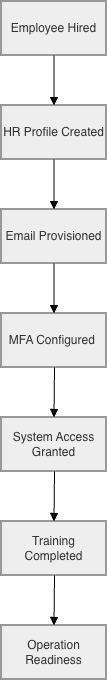
Before: docs/diagrams/onboarding-workflow.png, a diagram exported from draw.io (SLH879/TW-Portfolio). Source tidied: cells renumbered, new cells last; positions are measured from the earlier drawing's top-left corner, leaving out a move shared by most shapes.
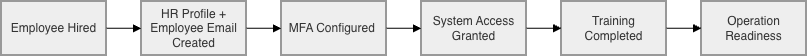
Later version of the same file.

The edit, as a diff of the source:
```diff
@@ -3,49 +3,52 @@
     <mxCell id="0" />
     <mxCell id="1" parent="0" />
     <mxCell id="2" value="Employee Hired" style="whiteSpace=wrap;strokeWidth=2;fillColor=light-dark(#eeeeee,#1f2020);strokeColor=light-dark(#999999,#cccccc);fontColor=light-dark(#333333,#cccccc);" parent="1" vertex="1">
-      <mxGeometry width="105" height="54" as="geometry" />
+      <mxGeometry x="-327" y="150" width="105" height="54" as="geometry" />
     </mxCell>
-    <mxCell id="3" value="HR Profile Created" style="whiteSpace=wrap;strokeWidth=2;fillColor=light-dark(#eeeeee,#1f2020);strokeColor=light-dark(#999999,#cccccc);fontColor=light-dark(#333333,#cccccc);" parent="1" vertex="1">
-      <mxGeometry y="104" width="105" height="54" as="geometry" />
+    <mxCell id="3" value="HR Profile + Employee Email Created" style="whiteSpace=wrap;strokeWidth=2;fillColor=light-dark(#eeeeee,#1f2020);strokeColor=light-dark(#999999,#cccccc);fontColor=light-dark(#333333,#cccccc);" parent="1" vertex="1">
+      <mxGeometry x="-187" y="150" width="105" height="54" as="geometry" />
     </mxCell>
-    <mxCell id="4" value="Email Provisioned" style="whiteSpace=wrap;strokeWidth=2;fillColor=light-dark(#eeeeee,#1f2020);strokeColor=light-dark(#999999,#cccccc);fontColor=light-dark(#333333,#cccccc);" parent="1" vertex="1">
-      <mxGeometry y="208" width="105" height="54" as="geometry" />
-    </mxCell>
     <mxCell id="5" value="MFA Configured " style="whiteSpace=wrap;strokeWidth=2;fillColor=light-dark(#eeeeee,#1f2020);strokeColor=light-dark(#999999,#cccccc);fontColor=light-dark(#333333,#cccccc);" parent="1" vertex="1">
-      <mxGeometry y="312" width="105" height="54" as="geometry" />
+      <mxGeometry x="-47" y="150" width="105" height="54" as="geometry" />
     </mxCell>
-    <mxCell id="6" style="curved=1;startArrow=none;endArrow=block;exitX=0.5;exitY=1;entryX=0.5;entryY=0;" parent="1" edge="1" source="2" target="3">
-      <mxGeometry relative="1" as="geometry" />
+    <mxCell id="6" style="curved=1;startArrow=none;endArrow=block;exitX=0.5;exitY=1;" parent="1" edge="1">
+      <mxGeometry relative="1" as="geometry">
+        <mxPoint x="-222" y="176.8" as="sourcePoint" />
+        <mxPoint x="-187" y="176.8" as="targetPoint" />
+      </mxGeometry>
     </mxCell>
-    <mxCell id="7" style="curved=1;startArrow=none;endArrow=block;exitX=0.5;exitY=1;entryX=0.5;entryY=0;" parent="1" edge="1" source="3" target="4">
-      <mxGeometry relative="1" as="geometry" />
-    </mxCell>
-    <mxCell id="8" style="curved=1;startArrow=none;endArrow=block;exitX=0.5;exitY=1;entryX=0.5;entryY=0;" parent="1" edge="1" source="4" target="5">
-      <mxGeometry relative="1" as="geometry" />
-    </mxCell>
     <mxCell id="9" value="System Access Granted" style="whiteSpace=wrap;strokeWidth=2;fillColor=light-dark(#eeeeee,#1f2020);strokeColor=light-dark(#999999,#cccccc);fontColor=light-dark(#333333,#cccccc);" parent="1" vertex="1">
-      <mxGeometry y="416" width="105" height="54" as="geometry" />
+      <mxGeometry x="93" y="150" width="105" height="54" as="geometry" />
     </mxCell>
-    <mxCell id="10" style="curved=1;startArrow=none;endArrow=block;exitX=0.5;exitY=1;entryX=0.5;entryY=0;" parent="1" edge="1" target="9">
-      <mxGeometry relative="1" as="geometry">
-        <mxPoint x="53" y="366" as="sourcePoint" />
-      </mxGeometry>
-    </mxCell>
     <mxCell id="11" value="Training Completed" style="whiteSpace=wrap;strokeWidth=2;fillColor=light-dark(#eeeeee,#1f2020);strokeColor=light-dark(#999999,#cccccc);fontColor=light-dark(#333333,#cccccc);" parent="1" vertex="1">
-      <mxGeometry y="520" width="105" height="54" as="geometry" />
+      <mxGeometry x="233" y="150" width="105" height="54" as="geometry" />
     </mxCell>
-    <mxCell id="12" style="curved=1;startArrow=none;endArrow=block;exitX=0.5;exitY=1;entryX=0.5;entryY=0;" parent="1" edge="1" target="11">
-      <mxGeometry relative="1" as="geometry">
-        <mxPoint x="53" y="470" as="sourcePoint" />
-      </mxGeometry>
-    </mxCell>
     <mxCell id="13" value="Operation Readiness" style="whiteSpace=wrap;strokeWidth=2;fillColor=light-dark(#eeeeee,#1f2020);strokeColor=light-dark(#999999,#cccccc);fontColor=light-dark(#333333,#cccccc);" parent="1" vertex="1">
-      <mxGeometry y="624" width="105" height="54" as="geometry" />
+      <mxGeometry x="373" y="150" width="105" height="54" as="geometry" />
     </mxCell>
-    <mxCell id="14" style="curved=1;startArrow=none;endArrow=block;exitX=0.5;exitY=1;entryX=0.5;entryY=0;" parent="1" edge="1" target="13">
-      <mxGeometry relative="1" as="geometry">
-        <mxPoint x="53" y="574" as="sourcePoint" />
-      </mxGeometry>
-    </mxCell>
+    <mxCell id="15" style="curved=1;startArrow=none;endArrow=block;exitX=0.5;exitY=1;" parent="1" edge="1">
+      <mxGeometry relative="1" as="geometry">
+        <mxPoint x="-82" y="176.8" as="sourcePoint" />
+        <mxPoint x="-47" y="176.8" as="targetPoint" />
+      </mxGeometry>
+    </mxCell>
+    <mxCell id="16" style="curved=1;startArrow=none;endArrow=block;exitX=0.5;exitY=1;" parent="1" edge="1">
+      <mxGeometry relative="1" as="geometry">
+        <mxPoint x="58" y="176.8" as="sourcePoint" />
+        <mxPoint x="93" y="176.8" as="targetPoint" />
+      </mxGeometry>
+    </mxCell>
+    <mxCell id="17" style="curved=1;startArrow=none;endArrow=block;exitX=0.5;exitY=1;" parent="1" edge="1">
+      <mxGeometry relative="1" as="geometry">
+        <mxPoint x="198" y="176.8" as="sourcePoint" />
+        <mxPoint x="233" y="176.8" as="targetPoint" />
+      </mxGeometry>
+    </mxCell>
+    <mxCell id="18" style="curved=1;startArrow=none;endArrow=block;exitX=0.5;exitY=1;" parent="1" edge="1">
+      <mxGeometry relative="1" as="geometry">
+        <mxPoint x="338" y="176.8" as="sourcePoint" />
+        <mxPoint x="373" y="176.8" as="targetPoint" />
+      </mxGeometry>
+    </mxCell>
   </root>
 </mxGraphModel>
```
